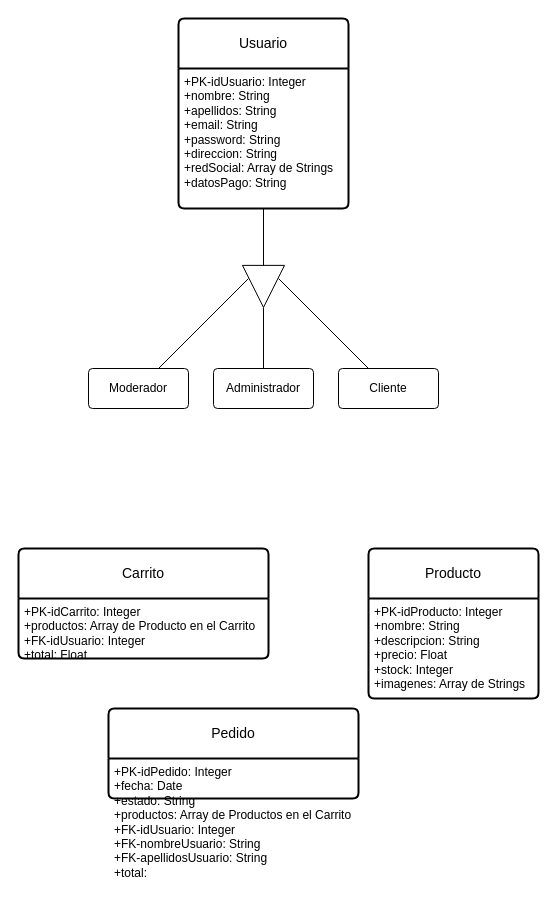
Before: Diagramas/Entidad-Relacion/Diagrama sin título.drawio in 8-6R4N4DR1/LuigiaCouture, a draw.io diagram. Source tidied: cells renumbered, new cells numbered last; positions are measured from the earlier drawing's top-left corner, leaving out a move shared by most shapes. Both pictures are drawn from the tidied source at 100%, with x=0, y=0 at pixel (18, 18).
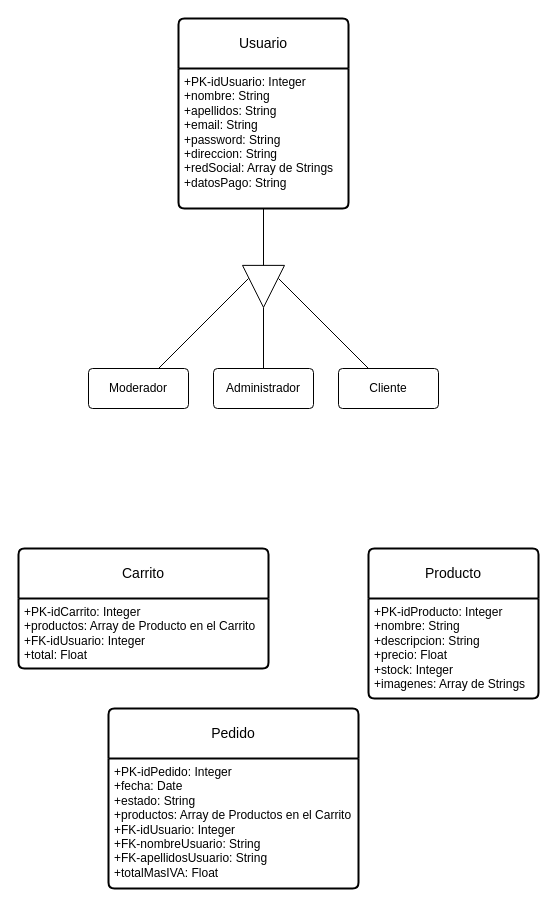
Above is the later version.

Diff of the diagram source:
```diff
@@
 <mxGraphModel>
   <root>
     <mxCell id="0" />
     <mxCell id="1" parent="0" />
     <mxCell id="2" value="Usuario" style="swimlane;horizontal=1;startSize=50;rounded=1;fontSize=14;fontStyle=0;strokeWidth=2;shadow=0;dashed=0;align=center;arcSize=4;whiteSpace=wrap;html=1;" parent="1" vertex="1">
       <mxGeometry x="160" width="170" height="190" as="geometry" />
     </mxCell>
     <mxCell id="3" value="+PK-idUsuario: Integer&lt;br&gt;+nombre: String&lt;br&gt;&lt;div&gt;+apellidos: String&lt;/div&gt;&lt;div&gt;+email: String&lt;/div&gt;&lt;div&gt;+password: String&lt;/div&gt;&lt;div&gt;+direccion: String&lt;/div&gt;&lt;div&gt;+redSocial: Array de Strings&lt;/div&gt;&lt;div&gt;+datosPago: String &lt;br&gt;&lt;/div&gt;" style="align=left;strokeColor=none;fillColor=none;spacingLeft=4;spacingRight=4;fontSize=12;verticalAlign=top;html=1;whiteSpace=wrap;" parent="2" vertex="1">
       <mxGeometry y="50" width="170" height="140" as="geometry" />
     </mxCell>
     <mxCell id="4" value="Producto" style="swimlane;horizontal=1;startSize=50;rounded=1;fontSize=14;fontStyle=0;strokeWidth=2;shadow=0;dashed=0;align=center;arcSize=4;whiteSpace=wrap;html=1;" parent="1" vertex="1">
       <mxGeometry x="350" y="530" width="170" height="150" as="geometry" />
     </mxCell>
     <mxCell id="5" value="+PK-idProducto: Integer&lt;br&gt;+nombre: String&lt;br&gt;&lt;div&gt;+descripcion: String&lt;/div&gt;&lt;div&gt;+precio: Float&lt;/div&gt;&lt;div&gt;+stock: Integer&lt;/div&gt;&lt;div&gt;+imagenes: Array de Strings&lt;/div&gt;" style="align=left;strokeColor=none;fillColor=none;spacingLeft=4;spacingRight=4;fontSize=12;verticalAlign=top;html=1;whiteSpace=wrap;" parent="4" vertex="1">
       <mxGeometry y="50" width="170" height="100" as="geometry" />
     </mxCell>
     <mxCell id="6" value="Cliente" style="rounded=1;arcSize=10;whiteSpace=wrap;html=1;align=center;" parent="1" vertex="1">
       <mxGeometry x="320" y="350" width="100" height="40" as="geometry" />
     </mxCell>
     <mxCell id="7" value="Moderador" style="rounded=1;arcSize=10;whiteSpace=wrap;html=1;align=center;" parent="1" vertex="1">
       <mxGeometry x="70" y="350" width="100" height="40" as="geometry" />
     </mxCell>
     <mxCell id="8" value="Administrador" style="rounded=1;arcSize=10;whiteSpace=wrap;html=1;align=center;" parent="1" vertex="1">
       <mxGeometry x="195" y="350" width="100" height="40" as="geometry" />
     </mxCell>
     <mxCell id="9" style="endArrow=block;html=1;rounded=0;endFill=0;endSize=41;exitX=0.5;exitY=1;exitDx=0;exitDy=0;" parent="1" edge="1" source="3">
       <mxGeometry relative="1" as="geometry">
         <mxPoint x="245" y="290" as="targetPoint" />
       </mxGeometry>
     </mxCell>
     <mxCell id="10" style="endArrow=none;html=1;rounded=0;" parent="1" edge="1" target="6">
       <mxGeometry relative="1" as="geometry">
         <mxPoint x="260" y="260" as="sourcePoint" />
       </mxGeometry>
     </mxCell>
     <mxCell id="11" style="endArrow=none;html=1;rounded=0;" parent="1" edge="1" target="8">
       <mxGeometry relative="1" as="geometry">
         <mxPoint x="245" y="289" as="sourcePoint" />
       </mxGeometry>
     </mxCell>
     <mxCell id="12" style="endArrow=none;html=1;rounded=0;" parent="1" edge="1" target="7">
       <mxGeometry relative="1" as="geometry">
         <mxPoint x="230" y="260" as="sourcePoint" />
       </mxGeometry>
     </mxCell>
     <mxCell id="13" value="Carrito" style="swimlane;horizontal=1;startSize=50;rounded=1;fontSize=14;fontStyle=0;strokeWidth=2;shadow=0;dashed=0;align=center;arcSize=4;whiteSpace=wrap;html=1;" parent="1" vertex="1">
-      <mxGeometry y="530" width="250" height="110" as="geometry" />
+      <mxGeometry y="530" width="250" height="120" as="geometry" />
     </mxCell>
     <mxCell id="14" value="+PK-idCarrito: Integer&lt;br&gt;&lt;div&gt;+productos: Array de Producto en el Carrito&lt;/div&gt;&lt;div&gt;+FK-idUsuario: Integer&lt;/div&gt;&lt;div&gt;+total: Float&lt;/div&gt;" style="align=left;strokeColor=none;fillColor=none;spacingLeft=4;spacingRight=4;fontSize=12;verticalAlign=top;html=1;whiteSpace=wrap;" parent="13" vertex="1">
-      <mxGeometry y="50" width="250" height="60" as="geometry" />
+      <mxGeometry y="50" width="250" height="70" as="geometry" />
     </mxCell>
     <mxCell id="15" value="Pedido" style="swimlane;horizontal=1;startSize=50;rounded=1;fontSize=14;fontStyle=0;strokeWidth=2;shadow=0;dashed=0;align=center;arcSize=4;whiteSpace=wrap;html=1;" parent="1" vertex="1">
-      <mxGeometry x="90" y="690" width="250" height="90" as="geometry" />
+      <mxGeometry x="90" y="690" width="250" height="180" as="geometry" />
     </mxCell>
-    <mxCell id="16" value="&lt;div&gt;+PK-idPedido: Integer&lt;/div&gt;&lt;div&gt;+fecha: Date&lt;/div&gt;&lt;div&gt;+estado: String&lt;/div&gt;&lt;div&gt;+productos: Array de Productos en el Carrito&lt;/div&gt;&lt;div&gt;+FK-idUsuario: Integer&lt;/div&gt;&lt;div&gt;+FK-nombreUsuario: String&lt;/div&gt;&lt;div&gt;+FK-apellidosUsuario: String&lt;/div&gt;&lt;div&gt;+total:&lt;br&gt;&lt;br&gt;&lt;/div&gt;" style="align=left;strokeColor=none;fillColor=none;spacingLeft=4;spacingRight=4;fontSize=12;verticalAlign=top;html=1;whiteSpace=wrap;" parent="15" vertex="1">
-      <mxGeometry y="50" width="250" height="40" as="geometry" />
+    <mxCell id="16" value="&lt;div&gt;+PK-idPedido: Integer&lt;/div&gt;&lt;div&gt;+fecha: Date&lt;/div&gt;&lt;div&gt;+estado: String&lt;/div&gt;&lt;div&gt;+productos: Array de Productos en el Carrito&lt;/div&gt;&lt;div&gt;+FK-idUsuario: Integer&lt;/div&gt;&lt;div&gt;+FK-nombreUsuario: String&lt;/div&gt;&lt;div&gt;+FK-apellidosUsuario: String&lt;/div&gt;&lt;div&gt;+totalMasIVA: Float&amp;nbsp; &lt;br&gt;&lt;br&gt;&lt;/div&gt;" style="align=left;strokeColor=none;fillColor=none;spacingLeft=4;spacingRight=4;fontSize=12;verticalAlign=top;html=1;whiteSpace=wrap;" parent="15" vertex="1">
+      <mxGeometry y="50" width="250" height="130" as="geometry" />
     </mxCell>
   </root>
 </mxGraphModel>
```
